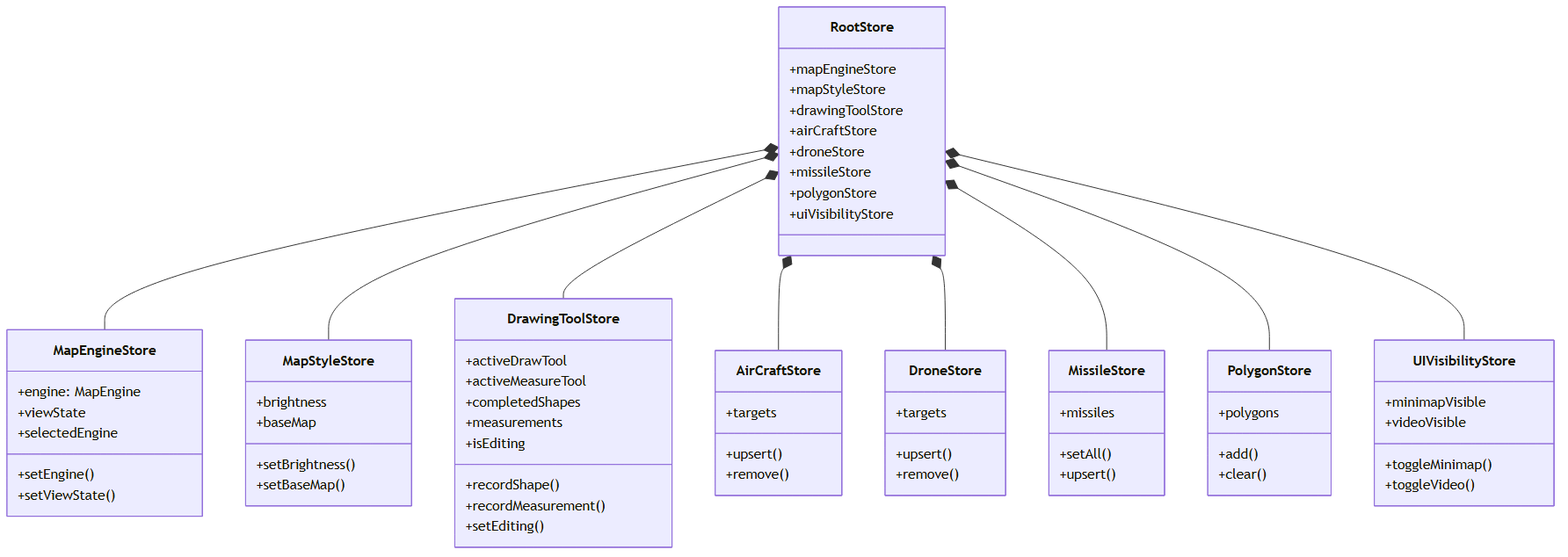
abergwer/MapApp keeps this Mermaid diagram as src/assets/diagrams/02-stores.png. Above is the earlier version. Its source is kept beside it as src/assets/diagrams/02-stores.mmd.
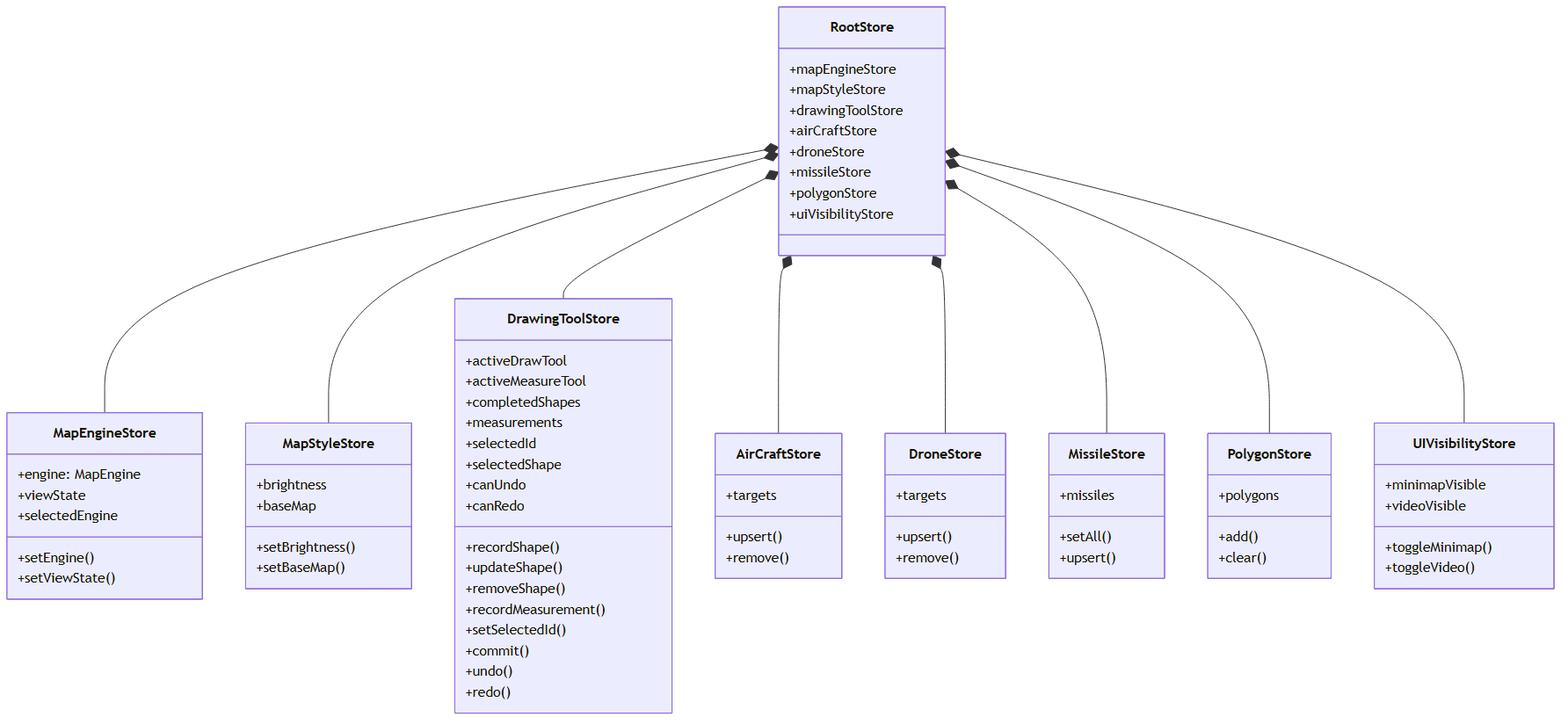
Later version of the same file.

What changed in the source:
```diff
@@ -30,10 +30,18 @@
         +activeMeasureTool
         +completedShapes
         +measurements
-        +isEditing
+        +selectedId
+        +selectedShape
+        +canUndo
+        +canRedo
         +recordShape()
+        +updateShape()
+        +removeShape()
         +recordMeasurement()
-        +setEditing()
+        +setSelectedId()
+        +commit()
+        +undo()
+        +redo()
     }
 
     class AirCraftStore {
```
